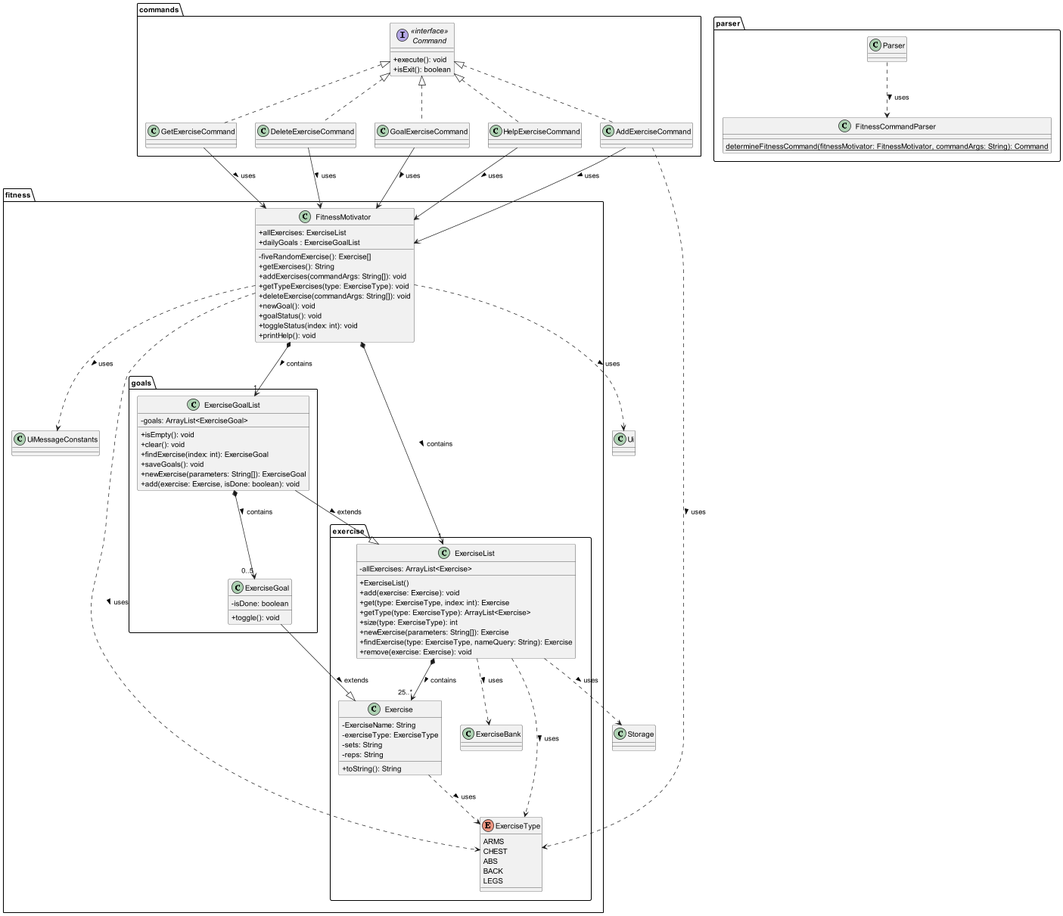
Before: docs/diagrams/fitness/FitnessClassDiagram.png, a diagram exported from PlantUML (AY2324S2-CS2113-T11-1/tp).
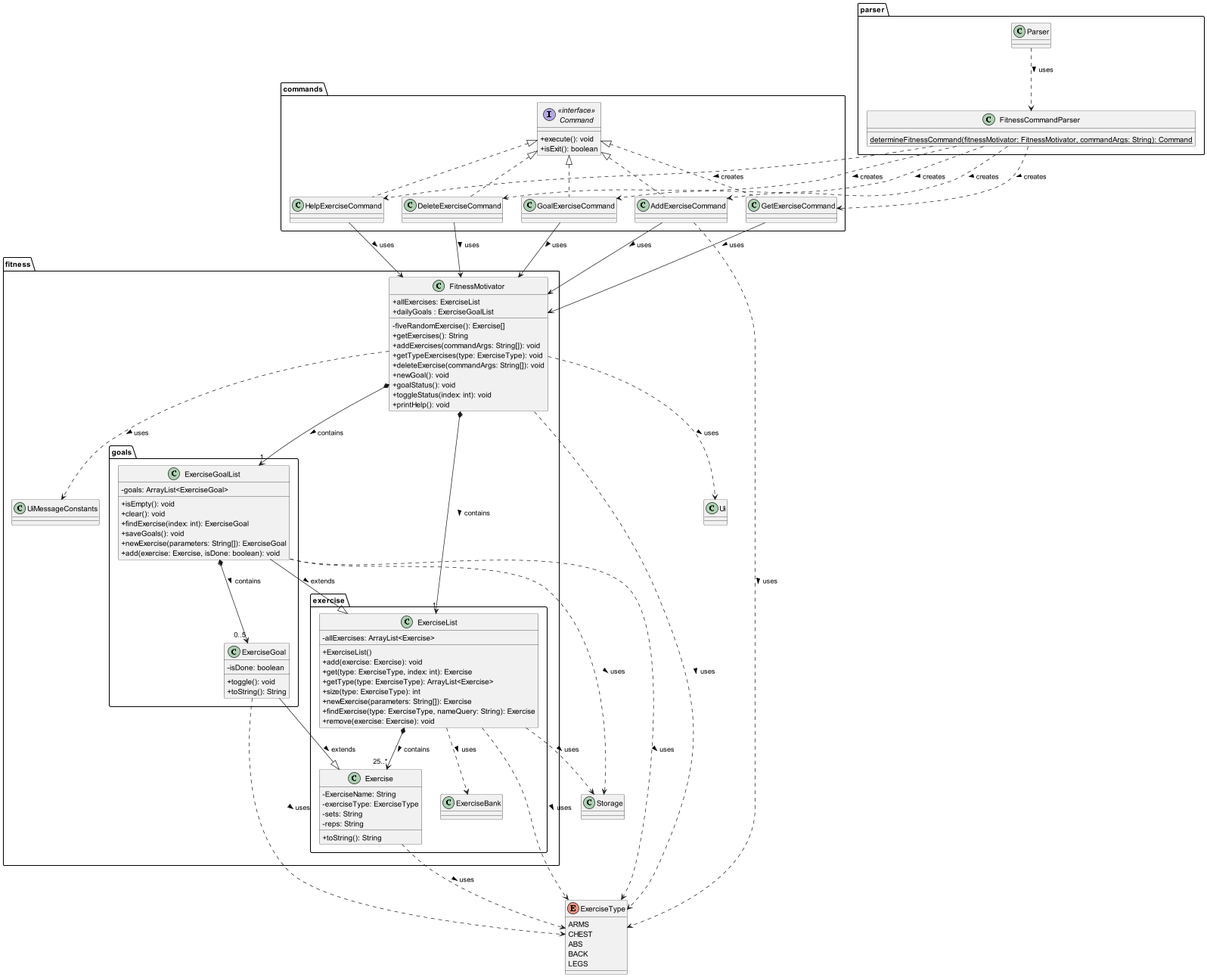
Above is the later version.

The edit, as a diff of the source:
```diff
@@ -59,19 +59,13 @@
         class ExerciseBank {
         }
 
-        enum ExerciseType {
-            ARMS
-            CHEST
-            ABS
-            BACK
-            LEGS
-        }
     }
 
     package goals {
         class ExerciseGoal {
             - isDone: boolean
             + toggle(): void
+            + toString(): String
         }
 
         class ExerciseGoalList {
@@ -103,6 +97,14 @@
     }
 }
 
+enum ExerciseType {
+            ARMS
+            CHEST
+            ABS
+            BACK
+            LEGS
+        }
+
 class Storage {
 }
 
@@ -110,6 +112,11 @@
 }
 
 Parser ..> FitnessCommandParser : uses >
+FitnessCommandParser ..> GetExerciseCommand : creates >
+FitnessCommandParser ..> DeleteExerciseCommand : creates >
+FitnessCommandParser ..> GoalExerciseCommand : creates >
+FitnessCommandParser ..> HelpExerciseCommand : creates >
+FitnessCommandParser ..> AddExerciseCommand : creates >
 
 AddExerciseCommand --> FitnessMotivator : uses >
 AddExerciseCommand ..> ExerciseType : uses >
@@ -121,18 +128,22 @@
 FitnessMotivator *--> "1" ExerciseList : contains >
 FitnessMotivator *--> "1" ExerciseGoalList : contains >
 
-Exercise ..> ExerciseType : uses >
 ExerciseGoal --|> Exercise : extends >
 ExerciseGoalList --|> ExerciseList : extends >
-ExerciseList ..> ExerciseType : uses >
-FitnessMotivator ..> ExerciseType : uses >
 FitnessMotivator ..> UiMessageConstants : uses >
 ExerciseList ..> ExerciseBank : uses >
 
 ExerciseList *--> "25..*" Exercise : contains >
 ExerciseGoalList *--> "0..5" ExerciseGoal : contains >
 
+ExerciseList ..> ExerciseType : uses >
+ExerciseGoalList ..> ExerciseType : uses >
+ExerciseGoal ..> ExerciseType : uses >
+FitnessMotivator ..> ExerciseType : uses >
+Exercise ..> ExerciseType : uses >
+
 ExerciseList ..> Storage : uses >
+ExerciseGoalList ..> Storage : uses >
 
 FitnessMotivator ..> Ui : uses >
 
```
